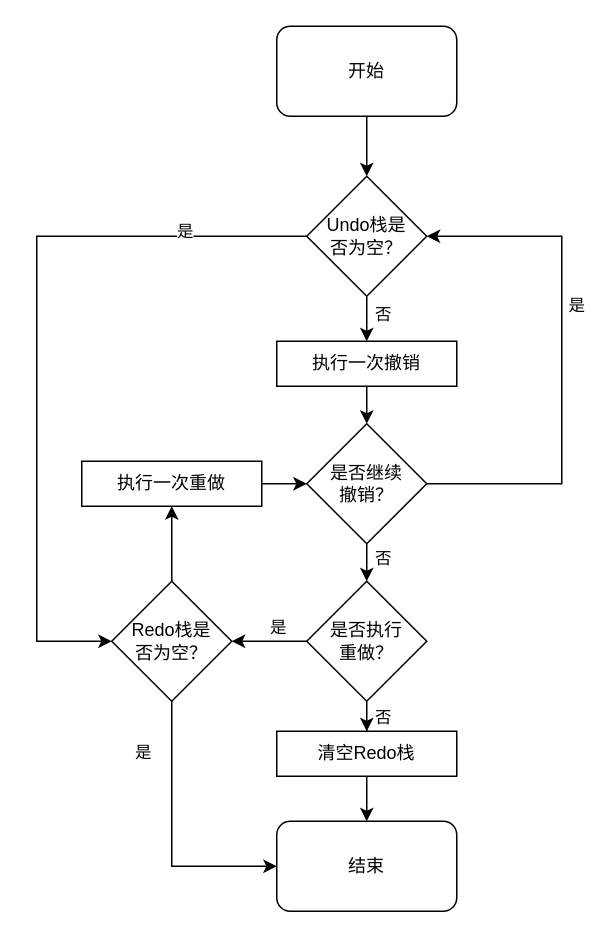
liuhuliuhu123/First-test keeps this draw.io diagram as 特征编辑Undo/Redo流程.drawio. Above is the earlier version. Source tidied: cells renumbered, new cells numbered last; positions are measured from the earlier drawing's top-left corner, leaving out a move shared by most shapes. Both pictures are drawn from the tidied source at 150%, with x=0, y=0 at pixel (36, 26).
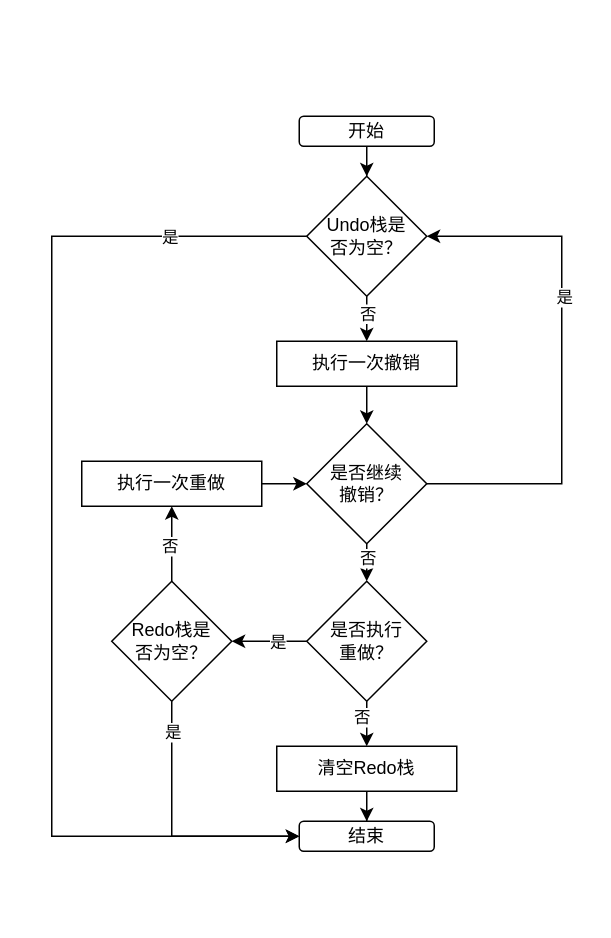
The same page after the edit.

Unchanged cells that the change refers to:
```xml
<mxCell id="4" style="edgeStyle=orthogonalEdgeStyle;rounded=0;jettySize=auto;html=1;entryX=0.5;entryY=0;entryDx=0;entryDy=0;" parent="1" edge="1" source="8" target="15">
  <mxGeometry relative="1" as="geometry" />
</mxCell>
<mxCell id="8" value="Undo栈是&lt;br&gt;否为空？" style="rhombus;whiteSpace=wrap;html=1;" parent="1" vertex="1">
  <mxGeometry x="180" y="100" width="80" height="80" as="geometry" />
</mxCell>
<mxCell id="9" style="edgeStyle=orthogonalEdgeStyle;rounded=0;jettySize=auto;html=1;entryX=0.5;entryY=1;entryDx=0;entryDy=0;" parent="1" edge="1" source="12" target="27">
  <mxGeometry relative="1" as="geometry" />
</mxCell>
<mxCell id="12" value="Redo栈是&lt;br style=&quot;border-color: var(--border-color);&quot;&gt;否为空？" style="rhombus;whiteSpace=wrap;html=1;" parent="1" vertex="1">
  <mxGeometry x="50" y="370" width="80" height="80" as="geometry" />
</mxCell>
<mxCell id="16" style="edgeStyle=orthogonalEdgeStyle;rounded=0;jettySize=auto;html=1;entryX=1;entryY=0.5;entryDx=0;entryDy=0;" parent="1" edge="1" source="20" target="8">
  <mxGeometry relative="1" as="geometry">
    <Array as="points">
      <mxPoint x="350" y="305" />
      <mxPoint x="350" y="140" />
    </Array>
  </mxGeometry>
</mxCell>
<mxCell id="18" style="edgeStyle=orthogonalEdgeStyle;rounded=0;jettySize=auto;html=1;entryX=0.5;entryY=0;entryDx=0;entryDy=0;" parent="1" edge="1" source="20" target="25">
  <mxGeometry relative="1" as="geometry" />
</mxCell>
<mxCell id="21" style="edgeStyle=orthogonalEdgeStyle;rounded=0;jettySize=auto;html=1;entryX=1;entryY=0.5;entryDx=0;entryDy=0;" parent="1" edge="1" source="25" target="12">
  <mxGeometry relative="1" as="geometry" />
</mxCell>
<mxCell id="23" style="edgeStyle=orthogonalEdgeStyle;rounded=0;jettySize=auto;html=1;entryX=0.5;entryY=0;entryDx=0;entryDy=0;" parent="1" edge="1" source="25" target="29">
  <mxGeometry relative="1" as="geometry" />
</mxCell>
```

Diff of the diagram source:
```diff
@@
     <mxCell id="3" value="开始" style="rounded=1;whiteSpace=wrap;html=1;" parent="1" vertex="1">
-      <mxGeometry x="160" width="120" height="60" as="geometry" />
+      <mxGeometry x="175" y="60" width="90" height="20" as="geometry" />
     </mxCell>
@@
     <mxCell id="5" value="否" style="edgeLabel;html=1;align=center;verticalAlign=middle;" parent="4" vertex="1">
       <mxGeometry x="0.42" y="-1" relative="1" as="geometry">
-        <mxPoint x="11" y="-5" as="offset" />
+        <mxPoint x="1" y="-5" as="offset" />
       </mxGeometry>
     </mxCell>
-    <mxCell id="6" style="edgeStyle=orthogonalEdgeStyle;rounded=0;jettySize=auto;html=1;entryX=0;entryY=0.5;entryDx=0;entryDy=0;" parent="1" edge="1" source="8" target="12">
-      <mxGeometry relative="1" as="geometry">
-        <Array as="points">
-          <mxPoint y="140" />
-          <mxPoint y="410" />
-        </Array>
-      </mxGeometry>
-    </mxCell>
+    <mxCell id="30" style="edgeStyle=orthogonalEdgeStyle;rounded=0;jettySize=auto;html=1;entryX=0;entryY=0.5;entryDx=0;entryDy=0;" parent="1" edge="1" source="8" target="13">
+      <mxGeometry relative="1" as="geometry">
+        <Array as="points">
+          <mxPoint x="10" y="140" />
+          <mxPoint x="10" y="540" />
+        </Array>
+      </mxGeometry>
+    </mxCell>
-    <mxCell id="7" value="是" style="edgeLabel;html=1;align=center;verticalAlign=middle;" parent="6" vertex="1">
-      <mxGeometry x="-0.67" y="-4" relative="1" as="geometry" />
+    <mxCell id="7" value="是" style="edgeLabel;html=1;align=center;verticalAlign=middle;" parent="30" vertex="1">
+      <mxGeometry x="-0.66" y="-1" relative="1" as="geometry">
+        <mxPoint x="34" y="1" as="offset" />
+      </mxGeometry>
     </mxCell>
@@
+    <mxCell id="31" value="否" style="edgeLabel;html=1;align=center;verticalAlign=middle;" parent="9" vertex="1">
+      <mxGeometry x="-0.05" y="2" relative="1" as="geometry" />
+    </mxCell>
     <mxCell id="10" style="edgeStyle=orthogonalEdgeStyle;rounded=0;jettySize=auto;html=1;entryX=0;entryY=0.5;entryDx=0;entryDy=0;" parent="1" edge="1" source="12" target="13">
       <mxGeometry relative="1" as="geometry">
         <Array as="points">
-          <mxPoint x="90" y="560" />
+          <mxPoint x="90" y="540" />
         </Array>
       </mxGeometry>
     </mxCell>
     <mxCell id="11" value="是" style="edgeLabel;html=1;align=center;verticalAlign=middle;" parent="10" vertex="1">
       <mxGeometry x="-0.63" y="-2" relative="1" as="geometry">
-        <mxPoint x="-18" as="offset" />
+        <mxPoint x="2" y="-12" as="offset" />
       </mxGeometry>
     </mxCell>
@@
-    <mxCell id="13" value="结束" style="rounded=1;whiteSpace=wrap;html=1;" parent="1" vertex="1">
-      <mxGeometry x="160" y="530" width="120" height="60" as="geometry" />
-    </mxCell>
@@
     <mxCell id="17" value="是" style="edgeLabel;html=1;align=center;verticalAlign=middle;" parent="16" vertex="1">
       <mxGeometry x="-0.84" y="-2" relative="1" as="geometry">
-        <mxPoint x="71" y="-122" as="offset" />
+        <mxPoint x="63" y="-127" as="offset" />
       </mxGeometry>
     </mxCell>
@@
     <mxCell id="19" value="否" style="edgeLabel;html=1;align=center;verticalAlign=middle;" parent="18" vertex="1">
       <mxGeometry x="-0.22" y="2" relative="1" as="geometry">
-        <mxPoint x="12" y="-10" as="offset" />
+        <mxPoint x="2" y="-10" as="offset" />
       </mxGeometry>
     </mxCell>
@@
     <mxCell id="22" value="是" style="edgeLabel;html=1;align=center;verticalAlign=middle;" parent="21" vertex="1">
       <mxGeometry x="-0.21" y="1" relative="1" as="geometry">
-        <mxPoint y="-11" as="offset" />
+        <mxPoint y="-1" as="offset" />
       </mxGeometry>
     </mxCell>
@@
     <mxCell id="24" value="否" style="edgeLabel;html=1;align=center;verticalAlign=middle;" parent="23" vertex="1">
       <mxGeometry x="-0.28" y="-2" relative="1" as="geometry">
-        <mxPoint x="8" y="-8" as="offset" />
+        <mxPoint x="-2" y="-8" as="offset" />
       </mxGeometry>
     </mxCell>
@@
     <mxCell id="29" value="清空Redo栈" style="rounded=0;whiteSpace=wrap;html=1;" parent="1" vertex="1">
-      <mxGeometry x="160" y="470" width="120" height="30" as="geometry" />
+      <mxGeometry x="160" y="480" width="120" height="30" as="geometry" />
     </mxCell>
+    <mxCell id="13" value="结束" style="rounded=1;whiteSpace=wrap;html=1;" parent="1" vertex="1">
+      <mxGeometry x="175" y="530" width="90" height="20" as="geometry" />
+    </mxCell>
```
